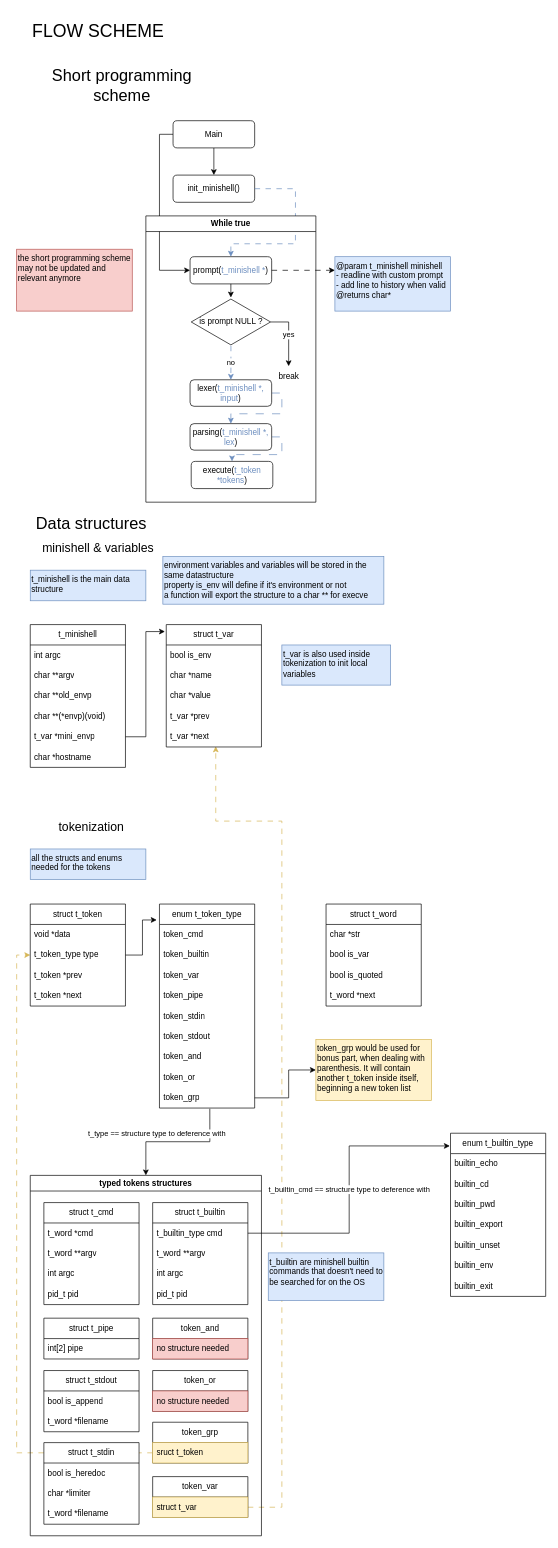
RPDJF/42-minishell keeps this draw.io diagram as docs/flow_scheme.drawio. Above is the earlier version. Source tidied: cells renumbered, new cells numbered last; positions are measured from the earlier drawing's top-left corner, leaving out a move shared by most shapes. Both pictures are drawn from the tidied source at 68%, with x=0, y=0 at pixel (13, 12).
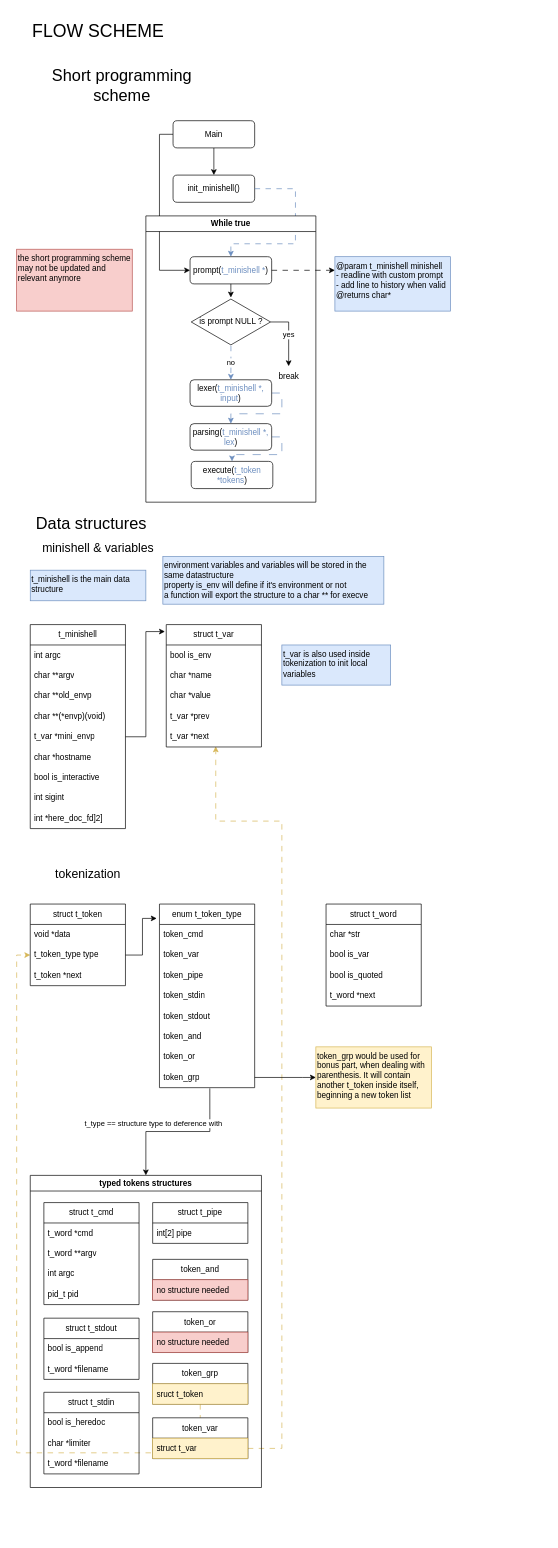
After the change.

Commit message:
Mettre à jour flow_scheme.drawio

Unchanged cells that the change refers to:
```xml
<mxCell id="65" value="struct t_var" style="text;strokeColor=#d6b656;fillColor=#fff2cc;align=left;verticalAlign=middle;spacingLeft=4;spacingRight=4;overflow=hidden;points=[[0,0.5],[1,0.5]];portConstraint=eastwest;whiteSpace=wrap;html=1;" parent="64" vertex="1">
  <mxGeometry y="30" width="140" height="30" as="geometry" />
</mxCell>
<mxCell id="97" value="t_var *next" style="text;strokeColor=none;fillColor=none;align=left;verticalAlign=middle;spacingLeft=4;spacingRight=4;overflow=hidden;points=[[0,0.5],[1,0.5]];portConstraint=eastwest;whiteSpace=wrap;html=1;" parent="92" vertex="1">
  <mxGeometry y="150" width="140" height="30" as="geometry" />
</mxCell>
```

The edit, as a diff of the source:
```diff
@@
     <mxCell id="3" style="edgeStyle=orthogonalEdgeStyle;rounded=0;jettySize=auto;html=1;entryX=0.52;entryY=0.971;entryDx=0;entryDy=0;entryPerimeter=0;fillColor=#fff2cc;strokeColor=#d6b656;dashed=1;dashPattern=8 8;" parent="1" edge="1" source="65" target="97">
       <mxGeometry relative="1" as="geometry">
         <Array as="points">
-          <mxPoint x="395" y="2199" />
+          <mxPoint x="395" y="2113" />
           <mxPoint x="395" y="1190" />
           <mxPoint x="298" y="1190" />
         </Array>
       </mxGeometry>
     </mxCell>
@@
     <mxCell id="23" value="struct t_token" style="swimlane;fontStyle=0;horizontal=1;startSize=30;whiteSpace=wrap;html=1;" parent="1" vertex="1">
-      <mxGeometry x="25" y="1312" width="140" height="150" as="geometry" />
+      <mxGeometry x="25" y="1312" width="140" height="120" as="geometry" />
     </mxCell>
@@
-    <mxCell id="26" value="t_token *prev" style="text;strokeColor=none;fillColor=none;align=left;verticalAlign=middle;spacingLeft=4;spacingRight=4;overflow=hidden;whiteSpace=wrap;html=1;" parent="23" vertex="1">
-      <mxGeometry y="90" width="140" height="30" as="geometry" />
-    </mxCell>
     <mxCell id="27" value="t_token *next" style="text;strokeColor=none;fillColor=none;align=left;verticalAlign=middle;spacingLeft=4;spacingRight=4;overflow=hidden;whiteSpace=wrap;html=1;" parent="23" vertex="1">
-      <mxGeometry y="120" width="140" height="30" as="geometry" />
+      <mxGeometry y="90" width="140" height="30" as="geometry" />
     </mxCell>
@@
     <mxCell id="29" value="enum t_token_type" style="swimlane;fontStyle=0;horizontal=1;startSize=30;whiteSpace=wrap;html=1;" parent="1" vertex="1">
-      <mxGeometry x="215" y="1312" width="140" height="300" as="geometry" />
+      <mxGeometry x="215" y="1312" width="140" height="270" as="geometry" />
     </mxCell>
@@
-    <mxCell id="31" value="token_builtin" style="text;strokeColor=none;fillColor=none;align=left;verticalAlign=middle;spacingLeft=4;spacingRight=4;overflow=hidden;whiteSpace=wrap;html=1;" parent="29" vertex="1">
-      <mxGeometry y="60" width="140" height="30" as="geometry" />
-    </mxCell>
     <mxCell id="32" value="token_var" style="text;strokeColor=none;fillColor=none;align=left;verticalAlign=middle;spacingLeft=4;spacingRight=4;overflow=hidden;whiteSpace=wrap;html=1;" parent="29" vertex="1">
-      <mxGeometry y="90" width="140" height="30" as="geometry" />
+      <mxGeometry y="60" width="140" height="30" as="geometry" />
     </mxCell>
     <mxCell id="33" value="token_pipe" style="text;strokeColor=none;fillColor=none;align=left;verticalAlign=middle;spacingLeft=4;spacingRight=4;overflow=hidden;whiteSpace=wrap;html=1;" parent="29" vertex="1">
-      <mxGeometry y="120" width="140" height="30" as="geometry" />
+      <mxGeometry y="90" width="140" height="30" as="geometry" />
     </mxCell>
     <mxCell id="34" value="token_stdin" style="text;strokeColor=none;fillColor=none;align=left;verticalAlign=middle;spacingLeft=4;spacingRight=4;overflow=hidden;whiteSpace=wrap;html=1;" parent="29" vertex="1">
-      <mxGeometry y="150" width="140" height="30" as="geometry" />
+      <mxGeometry y="120" width="140" height="30" as="geometry" />
     </mxCell>
     <mxCell id="35" value="token_stdout" style="text;strokeColor=none;fillColor=none;align=left;verticalAlign=middle;spacingLeft=4;spacingRight=4;overflow=hidden;whiteSpace=wrap;html=1;" parent="29" vertex="1">
-      <mxGeometry y="180" width="140" height="30" as="geometry" />
+      <mxGeometry y="150" width="140" height="30" as="geometry" />
     </mxCell>
     <mxCell id="36" value="token_and" style="text;strokeColor=none;fillColor=none;align=left;verticalAlign=middle;spacingLeft=4;spacingRight=4;overflow=hidden;whiteSpace=wrap;html=1;" parent="29" vertex="1">
-      <mxGeometry y="210" width="140" height="30" as="geometry" />
+      <mxGeometry y="180" width="140" height="30" as="geometry" />
     </mxCell>
     <mxCell id="37" value="token_or" style="text;strokeColor=none;fillColor=none;align=left;verticalAlign=middle;spacingLeft=4;spacingRight=4;overflow=hidden;whiteSpace=wrap;html=1;" parent="29" vertex="1">
-      <mxGeometry y="240" width="140" height="30" as="geometry" />
+      <mxGeometry y="210" width="140" height="30" as="geometry" />
     </mxCell>
     <mxCell id="38" value="token_grp" style="text;strokeColor=none;fillColor=none;align=left;verticalAlign=middle;spacingLeft=4;spacingRight=4;overflow=hidden;points=[[0,0.5],[1,0.5]];portConstraint=eastwest;whiteSpace=wrap;html=1;" parent="29" vertex="1">
-      <mxGeometry y="270" width="140" height="30" as="geometry" />
+      <mxGeometry y="240" width="140" height="30" as="geometry" />
     </mxCell>
@@
     <mxCell id="40" value="typed tokens structures" style="swimlane;whiteSpace=wrap;html=1;" parent="1" vertex="1">
-      <mxGeometry x="25" y="1711" width="340" height="530" as="geometry" />
+      <mxGeometry x="25" y="1711" width="340" height="459" as="geometry" />
     </mxCell>
@@
-    <mxCell id="46" value="struct t_builtin" style="swimlane;fontStyle=0;horizontal=1;startSize=30;whiteSpace=wrap;html=1;" parent="40" vertex="1">
-      <mxGeometry x="180" y="40" width="140" height="150" as="geometry" />
-    </mxCell>
-    <mxCell id="47" value="t_builtin_type cmd" style="text;strokeColor=none;fillColor=none;align=left;verticalAlign=middle;spacingLeft=4;spacingRight=4;overflow=hidden;points=[[0,0.5],[1,0.5]];portConstraint=eastwest;whiteSpace=wrap;html=1;" parent="46" vertex="1">
-      <mxGeometry y="30" width="140" height="30" as="geometry" />
-    </mxCell>
-    <mxCell id="48" value="t_word **argv" style="text;strokeColor=none;fillColor=none;align=left;verticalAlign=middle;spacingLeft=4;spacingRight=4;overflow=hidden;whiteSpace=wrap;html=1;" parent="46" vertex="1">
-      <mxGeometry y="60" width="140" height="30" as="geometry" />
-    </mxCell>
-    <mxCell id="49" value="int argc" style="text;strokeColor=none;fillColor=none;align=left;verticalAlign=middle;spacingLeft=4;spacingRight=4;overflow=hidden;whiteSpace=wrap;html=1;" parent="46" vertex="1">
-      <mxGeometry y="90" width="140" height="30" as="geometry" />
-    </mxCell>
-    <mxCell id="50" value="pid_t pid" style="text;strokeColor=none;fillColor=none;align=left;verticalAlign=middle;spacingLeft=4;spacingRight=4;overflow=hidden;whiteSpace=wrap;html=1;" parent="46" vertex="1">
-      <mxGeometry y="120" width="140" height="30" as="geometry" />
-    </mxCell>
     <mxCell id="51" value="struct t_stdout" style="swimlane;fontStyle=0;horizontal=1;startSize=30;whiteSpace=wrap;html=1;" parent="40" vertex="1">
-      <mxGeometry x="20" y="287" width="140" height="90" as="geometry" />
+      <mxGeometry x="20" y="210" width="140" height="90" as="geometry" />
     </mxCell>
@@
     <mxCell id="54" value="token_and" style="swimlane;fontStyle=0;horizontal=1;startSize=30;whiteSpace=wrap;html=1;" parent="40" vertex="1">
-      <mxGeometry x="180" y="210" width="140" height="60" as="geometry" />
+      <mxGeometry x="180" y="123.5" width="140" height="60" as="geometry" />
     </mxCell>
@@
     <mxCell id="56" value="token_or" style="swimlane;fontStyle=0;horizontal=1;startSize=30;whiteSpace=wrap;html=1;" parent="40" vertex="1">
-      <mxGeometry x="180" y="287" width="140" height="60" as="geometry" />
+      <mxGeometry x="180" y="200.5" width="140" height="60" as="geometry" />
     </mxCell>
@@
     <mxCell id="58" value="struct t_stdin" style="swimlane;fontStyle=0;horizontal=1;startSize=30;whiteSpace=wrap;html=1;" parent="40" vertex="1">
-      <mxGeometry x="20" y="393" width="140" height="120" as="geometry" />
+      <mxGeometry x="20" y="319" width="140" height="120" as="geometry" />
     </mxCell>
@@
     <mxCell id="62" value="token_grp" style="swimlane;fontStyle=0;horizontal=1;startSize=30;whiteSpace=wrap;html=1;" parent="40" vertex="1">
-      <mxGeometry x="180" y="363" width="140" height="60" as="geometry" />
+      <mxGeometry x="180" y="276.5" width="140" height="60" as="geometry" />
     </mxCell>
@@
     <mxCell id="64" value="token_var" style="swimlane;fontStyle=0;horizontal=1;startSize=30;whiteSpace=wrap;html=1;" parent="40" vertex="1">
-      <mxGeometry x="180" y="443" width="140" height="60" as="geometry" />
+      <mxGeometry x="180" y="356.5" width="140" height="60" as="geometry" />
     </mxCell>
@@
     <mxCell id="66" value="struct t_pipe" style="swimlane;fontStyle=0;horizontal=1;startSize=30;whiteSpace=wrap;html=1;" parent="40" vertex="1">
-      <mxGeometry x="20" y="210" width="140" height="60" as="geometry" />
+      <mxGeometry x="180" y="40" width="140" height="60" as="geometry" />
     </mxCell>
@@
-    <mxCell id="68" value="enum t_builtin_type" style="swimlane;fontStyle=0;horizontal=1;startSize=30;whiteSpace=wrap;html=1;" parent="1" vertex="1">
-      <mxGeometry x="643" y="1649" width="140" height="240" as="geometry" />
-    </mxCell>
-    <mxCell id="69" value="builtin_echo" style="text;strokeColor=none;fillColor=none;align=left;verticalAlign=middle;spacingLeft=4;spacingRight=4;overflow=hidden;whiteSpace=wrap;html=1;" parent="68" vertex="1">
-      <mxGeometry y="30" width="140" height="30" as="geometry" />
-    </mxCell>
-    <mxCell id="70" value="builtin_cd" style="text;strokeColor=none;fillColor=none;align=left;verticalAlign=middle;spacingLeft=4;spacingRight=4;overflow=hidden;whiteSpace=wrap;html=1;" parent="68" vertex="1">
-      <mxGeometry y="60" width="140" height="30" as="geometry" />
-    </mxCell>
-    <mxCell id="71" value="builtin_pwd" style="text;strokeColor=none;fillColor=none;align=left;verticalAlign=middle;spacingLeft=4;spacingRight=4;overflow=hidden;whiteSpace=wrap;html=1;" parent="68" vertex="1">
-      <mxGeometry y="90" width="140" height="30" as="geometry" />
-    </mxCell>
-    <mxCell id="72" value="builtin_export" style="text;strokeColor=none;fillColor=none;align=left;verticalAlign=middle;spacingLeft=4;spacingRight=4;overflow=hidden;whiteSpace=wrap;html=1;" parent="68" vertex="1">
-      <mxGeometry y="120" width="140" height="30" as="geometry" />
-    </mxCell>
-    <mxCell id="73" value="builtin_unset" style="text;strokeColor=none;fillColor=none;align=left;verticalAlign=middle;spacingLeft=4;spacingRight=4;overflow=hidden;whiteSpace=wrap;html=1;" parent="68" vertex="1">
-      <mxGeometry y="150" width="140" height="30" as="geometry" />
-    </mxCell>
-    <mxCell id="74" value="builtin_env" style="text;strokeColor=none;fillColor=none;align=left;verticalAlign=middle;spacingLeft=4;spacingRight=4;overflow=hidden;whiteSpace=wrap;html=1;" parent="68" vertex="1">
-      <mxGeometry y="180" width="140" height="30" as="geometry" />
-    </mxCell>
-    <mxCell id="75" value="builtin_exit" style="text;strokeColor=none;fillColor=none;align=left;verticalAlign=middle;spacingLeft=4;spacingRight=4;overflow=hidden;whiteSpace=wrap;html=1;" parent="68" vertex="1">
-      <mxGeometry y="210" width="140" height="30" as="geometry" />
-    </mxCell>
-    <mxCell id="76" value="t_builtin_cmd == structure type to deference with" style="edgeStyle=orthogonalEdgeStyle;rounded=0;jettySize=auto;html=1;entryX=-0.007;entryY=0.078;entryDx=0;entryDy=0;entryPerimeter=0;" parent="1" edge="1" source="47" target="68">
-      <mxGeometry relative="1" as="geometry">
-        <Array as="points">
-          <mxPoint x="494" y="1796" />
-          <mxPoint x="494" y="1668" />
-        </Array>
-      </mxGeometry>
-    </mxCell>
@@
     <mxCell id="78" value="token_grp would be used for bonus part, when dealing with parenthesis. It will contain another t_token inside itself, beginning a new token list" style="rounded=0;whiteSpace=wrap;html=1;fillColor=#fff2cc;strokeColor=#d6b656;verticalAlign=top;align=left;" parent="1" vertex="1">
-      <mxGeometry x="445" y="1511" width="170" height="90" as="geometry" />
+      <mxGeometry x="445" y="1522" width="170" height="90" as="geometry" />
     </mxCell>
-    <mxCell id="79" value="t_builtin are minishell builtin commands that doesn't need to be searched for on the OS" style="rounded=0;whiteSpace=wrap;html=1;fillColor=#dae8fc;strokeColor=#6c8ebf;verticalAlign=top;align=left;" parent="1" vertex="1">
-      <mxGeometry x="375" y="1825" width="170" height="70" as="geometry" />
-    </mxCell>
@@
-    <mxCell id="82" value="all the structs and enums needed for the tokens" style="rounded=0;whiteSpace=wrap;html=1;fillColor=#dae8fc;strokeColor=#6c8ebf;verticalAlign=top;align=left;" parent="1" vertex="1">
-      <mxGeometry x="25" y="1231" width="170" height="45" as="geometry" />
-    </mxCell>
     <mxCell id="83" style="edgeStyle=orthogonalEdgeStyle;rounded=0;jettySize=auto;html=1;entryX=0;entryY=0.5;entryDx=0;entryDy=0;" parent="1" edge="1" source="38" target="78">
       <mxGeometry relative="1" as="geometry">
         <Array as="points">
-          <mxPoint x="405" y="1597" />
-          <mxPoint x="405" y="1556" />
+          <mxPoint x="425" y="1567" />
+          <mxPoint x="425" y="1567" />
         </Array>
       </mxGeometry>
     </mxCell>
     <mxCell id="84" value="t_minishell" style="swimlane;fontStyle=0;horizontal=1;startSize=30;whiteSpace=wrap;html=1;" parent="1" vertex="1">
-      <mxGeometry x="25" y="901" width="140" height="210" as="geometry" />
+      <mxGeometry x="25" y="901" width="140" height="300" as="geometry" />
     </mxCell>
@@
+    <mxCell id="109" value="bool is_interactive" style="text;strokeColor=none;fillColor=none;align=left;verticalAlign=middle;spacingLeft=4;spacingRight=4;overflow=hidden;whiteSpace=wrap;html=1;" parent="84" vertex="1">
+      <mxGeometry y="210" width="140" height="30" as="geometry" />
+    </mxCell>
+    <mxCell id="110" value="int sigint" style="text;strokeColor=none;fillColor=none;align=left;verticalAlign=middle;spacingLeft=4;spacingRight=4;overflow=hidden;whiteSpace=wrap;html=1;" parent="84" vertex="1">
+      <mxGeometry y="240" width="140" height="30" as="geometry" />
+    </mxCell>
+    <mxCell id="111" value="int *here_doc_fd]2]" style="text;strokeColor=none;fillColor=none;align=left;verticalAlign=middle;spacingLeft=4;spacingRight=4;overflow=hidden;whiteSpace=wrap;html=1;" parent="84" vertex="1">
+      <mxGeometry y="270" width="140" height="30" as="geometry" />
+    </mxCell>
@@
     <mxCell id="99" value="tokenization" style="text;html=1;align=center;verticalAlign=middle;whiteSpace=wrap;rounded=0;fontSize=18;" parent="1" vertex="1">
-      <mxGeometry x="25" y="1171" width="180" height="55" as="geometry" />
+      <mxGeometry x="20" y="1240" width="180" height="55" as="geometry" />
     </mxCell>
```
